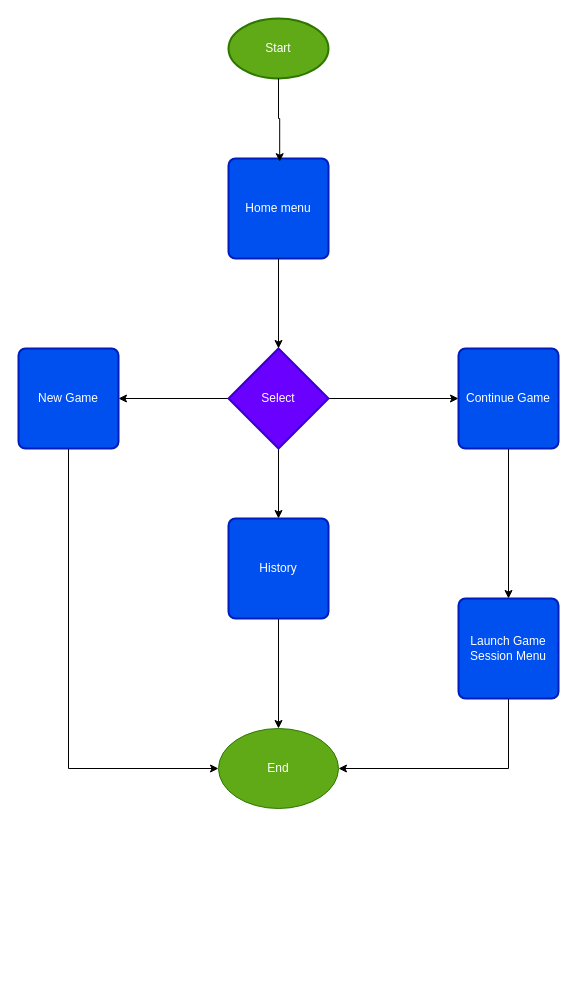
Before: docs/home_menu.drawio in ramzy2000/SweepsTracker, a draw.io diagram. Source tidied: cells renumbered, new cells numbered last; positions are measured from the earlier drawing's top-left corner, leaving out a move shared by most shapes. Both pictures are drawn from the tidied source at 100%, with x=0, y=0 at pixel (18, 18).
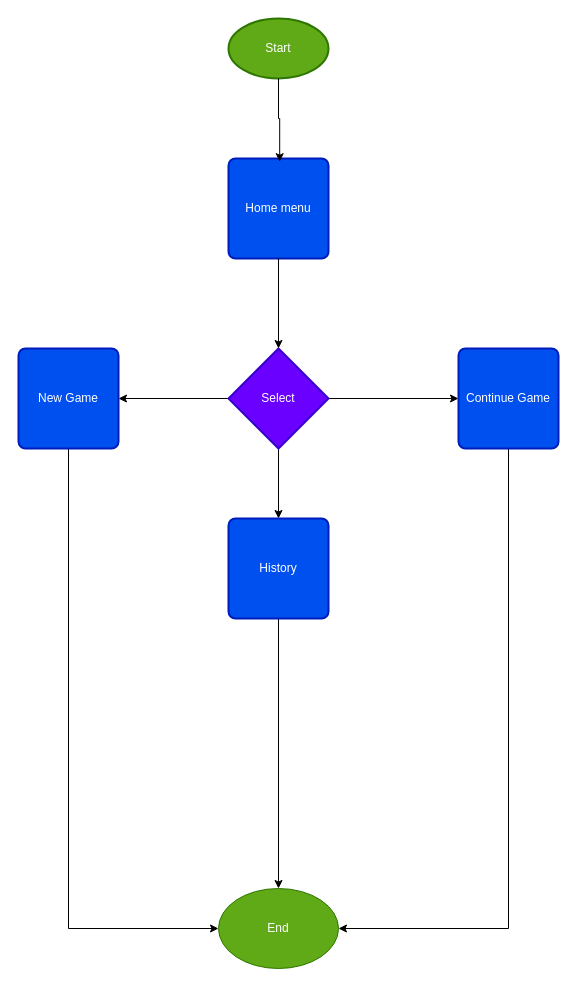
Above is the later version.

Diff of the diagram source:
```diff
@@
 <mxGraphModel>
   <root>
     <mxCell id="0" />
     <mxCell id="1" parent="0" />
     <mxCell id="2" value="Start" style="strokeWidth=2;html=1;shape=mxgraph.flowchart.start_1;whiteSpace=wrap;fillColor=#60a917;fontColor=#ffffff;strokeColor=#2D7600;" parent="1" vertex="1">
       <mxGeometry x="210" width="100" height="60" as="geometry" />
     </mxCell>
     <mxCell id="3" value="Home menu" style="rounded=1;whiteSpace=wrap;html=1;absoluteArcSize=1;arcSize=14;strokeWidth=2;fillColor=#0050ef;fontColor=#ffffff;strokeColor=#001DBC;" parent="1" vertex="1">
       <mxGeometry x="210" y="140" width="100" height="100" as="geometry" />
     </mxCell>
     <mxCell id="4" style="edgeStyle=orthogonalEdgeStyle;rounded=0;jettySize=auto;html=1;exitX=0.5;exitY=1;exitDx=0;exitDy=0;exitPerimeter=0;entryX=0.512;entryY=0.032;entryDx=0;entryDy=0;entryPerimeter=0;" parent="1" edge="1" source="2" target="3">
       <mxGeometry relative="1" as="geometry" />
     </mxCell>
     <mxCell id="5" style="edgeStyle=orthogonalEdgeStyle;rounded=0;jettySize=auto;html=1;exitX=0;exitY=0.5;exitDx=0;exitDy=0;exitPerimeter=0;" parent="1" edge="1" source="8" target="11">
       <mxGeometry relative="1" as="geometry" />
     </mxCell>
     <mxCell id="6" style="edgeStyle=orthogonalEdgeStyle;rounded=0;jettySize=auto;html=1;" parent="1" edge="1" source="8" target="13">
       <mxGeometry relative="1" as="geometry" />
     </mxCell>
     <mxCell id="7" style="edgeStyle=orthogonalEdgeStyle;rounded=0;jettySize=auto;html=1;exitX=0.5;exitY=1;exitDx=0;exitDy=0;exitPerimeter=0;" parent="1" edge="1" source="8" target="15">
       <mxGeometry relative="1" as="geometry" />
     </mxCell>
     <mxCell id="8" value="Select" style="strokeWidth=2;html=1;shape=mxgraph.flowchart.decision;whiteSpace=wrap;fillColor=#6a00ff;fontColor=#ffffff;strokeColor=#3700CC;" parent="1" vertex="1">
       <mxGeometry x="210" y="330" width="100" height="100" as="geometry" />
     </mxCell>
     <mxCell id="9" style="edgeStyle=orthogonalEdgeStyle;rounded=0;jettySize=auto;html=1;exitX=0.5;exitY=1;exitDx=0;exitDy=0;entryX=0.5;entryY=0;entryDx=0;entryDy=0;entryPerimeter=0;" parent="1" edge="1" source="3" target="8">
       <mxGeometry relative="1" as="geometry" />
     </mxCell>
     <mxCell id="10" style="edgeStyle=orthogonalEdgeStyle;rounded=0;jettySize=auto;html=1;exitX=0.5;exitY=1;exitDx=0;exitDy=0;entryX=0;entryY=0.5;entryDx=0;entryDy=0;" parent="1" edge="1" source="11" target="16">
       <mxGeometry relative="1" as="geometry" />
     </mxCell>
     <mxCell id="11" value="New Game" style="rounded=1;whiteSpace=wrap;html=1;absoluteArcSize=1;arcSize=14;strokeWidth=2;fillColor=#0050ef;fontColor=#ffffff;strokeColor=#001DBC;" parent="1" vertex="1">
       <mxGeometry y="330" width="100" height="100" as="geometry" />
     </mxCell>
-    <mxCell id="12" style="edgeStyle=orthogonalEdgeStyle;rounded=0;jettySize=auto;html=1;exitX=0.5;exitY=1;exitDx=0;exitDy=0;" parent="1" edge="1" source="13" target="18">
+    <mxCell id="12" style="edgeStyle=orthogonalEdgeStyle;rounded=0;jettySize=auto;html=1;exitX=0.5;exitY=1;exitDx=0;exitDy=0;entryX=1;entryY=0.5;entryDx=0;entryDy=0;" parent="1" edge="1" source="13" target="16">
       <mxGeometry relative="1" as="geometry" />
     </mxCell>
     <mxCell id="13" value="Continue Game" style="rounded=1;whiteSpace=wrap;html=1;absoluteArcSize=1;arcSize=14;strokeWidth=2;fillColor=#0050ef;fontColor=#ffffff;strokeColor=#001DBC;" parent="1" vertex="1">
       <mxGeometry x="440" y="330" width="100" height="100" as="geometry" />
     </mxCell>
     <mxCell id="14" style="edgeStyle=orthogonalEdgeStyle;rounded=0;jettySize=auto;html=1;exitX=0.5;exitY=1;exitDx=0;exitDy=0;" parent="1" edge="1" source="15" target="16">
       <mxGeometry relative="1" as="geometry" />
     </mxCell>
     <mxCell id="15" value="History" style="rounded=1;whiteSpace=wrap;html=1;absoluteArcSize=1;arcSize=14;strokeWidth=2;fillColor=#0050ef;fontColor=#ffffff;strokeColor=#001DBC;" parent="1" vertex="1">
       <mxGeometry x="210" y="500" width="100" height="100" as="geometry" />
     </mxCell>
     <mxCell id="16" value="End" style="ellipse;whiteSpace=wrap;html=1;fillColor=#60a917;fontColor=#ffffff;strokeColor=#2D7600;" parent="1" vertex="1">
-      <mxGeometry x="200" y="710" width="120" height="80" as="geometry" />
+      <mxGeometry x="200" y="870" width="120" height="80" as="geometry" />
     </mxCell>
-    <mxCell id="17" style="edgeStyle=orthogonalEdgeStyle;rounded=0;jettySize=auto;html=1;exitX=0.5;exitY=1;exitDx=0;exitDy=0;entryX=1;entryY=0.5;entryDx=0;entryDy=0;" parent="1" edge="1" source="18" target="16">
-      <mxGeometry relative="1" as="geometry" />
-    </mxCell>
-    <mxCell id="18" value="Launch Game Session Menu" style="rounded=1;whiteSpace=wrap;html=1;absoluteArcSize=1;arcSize=14;strokeWidth=2;fillColor=#0050ef;fontColor=#ffffff;strokeColor=#001DBC;" parent="1" vertex="1">
-      <mxGeometry x="440" y="580" width="100" height="100" as="geometry" />
-    </mxCell>
   </root>
 </mxGraphModel>
```
